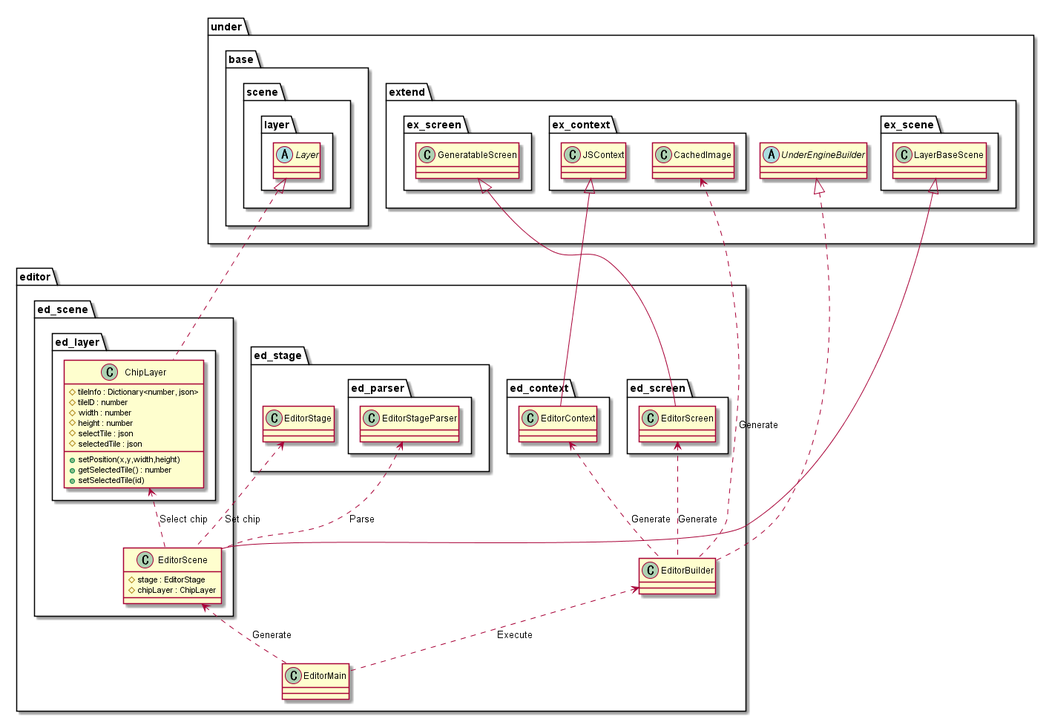
Expine/Under keeps this PlantUML diagram as out/uml/editor/GameBase/EditorGameBase.png. Above is the earlier version.
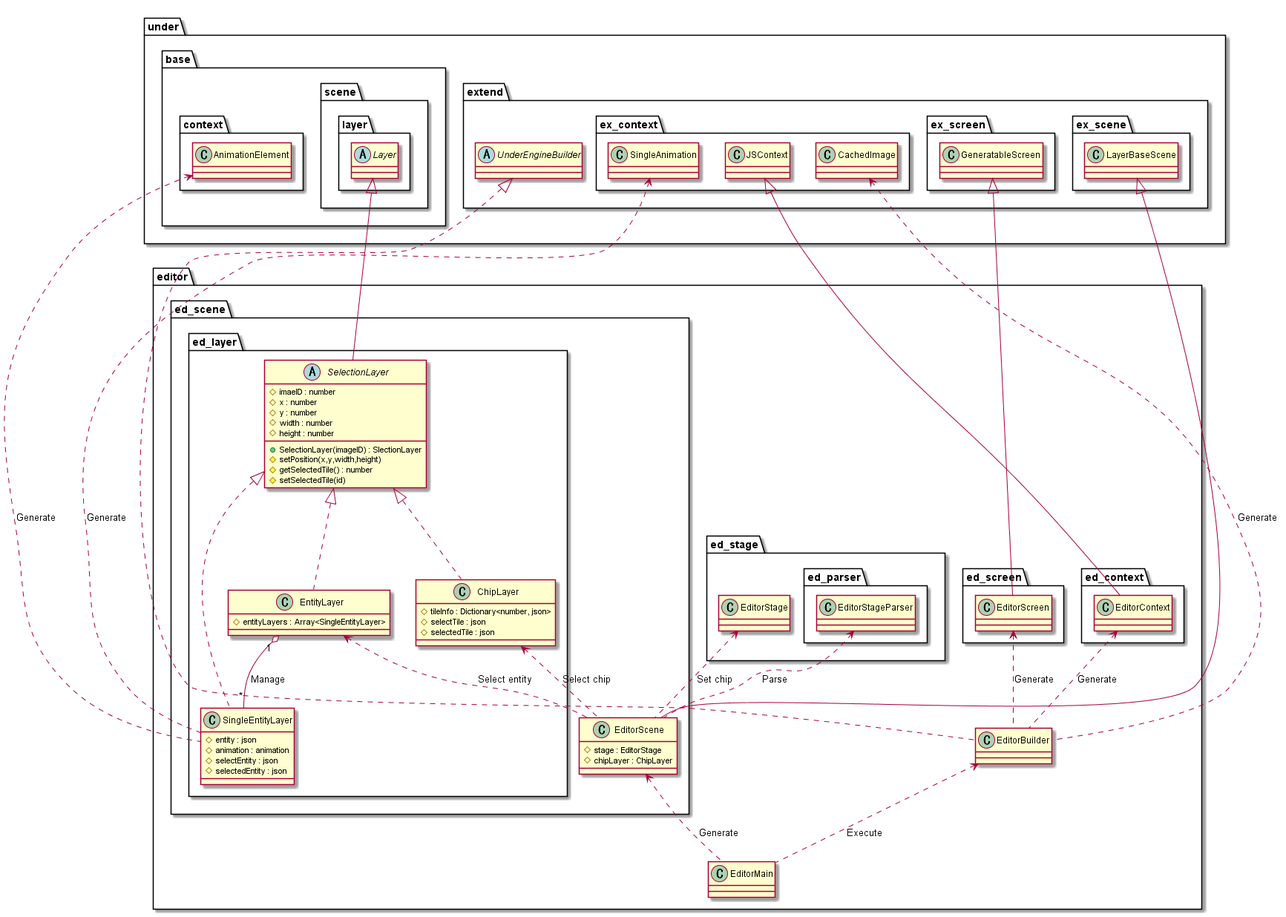
Above is the later version.

What changed in the source:
```diff
@@ -13,16 +13,30 @@
             #chipLayer : ChipLayer
         }
         package ed_layer {
+            abstract SelectionLayer {
+                +SelectionLayer(imageID) : SlectionLayer
+                #imaeID : number
+                #x : number
+                #y : number
+                #width : number
+                #height : number
+                #setPosition(x,y,width,height)
+                #getSelectedTile() : number
+                #setSelectedTile(id)
+            }
             class ChipLayer {
                 #tileInfo : Dictionary<number, json>
-                #tileID : number
-                #width : number
-                #height : number
                 #selectTile : json
                 #selectedTile : json
-                +setPosition(x,y,width,height)
-                +getSelectedTile() : number
-                +setSelectedTile(id)
+            }
+            class EntityLayer {
+                #entityLayers : Array<SingleEntityLayer>
+            }
+            class SingleEntityLayer {
+                #entity : json
+                #animation : animation
+                #selectEntity : json
+                #selectedEntity : json
             }
         }
     }
@@ -34,6 +48,9 @@
 
 package under {
     package base {
+        package context {
+            class AnimationElement
+        }
         package scene {
             package layer {
                 abstract Layer
@@ -43,6 +60,7 @@
     package extend {
         abstract UnderEngineBuilder
         package ex_context {
+            class SingleAnimation
             class JSContext
             class CachedImage
         }
@@ -72,13 +90,22 @@
 
 EditorStageParser <.. EditorScene : "Parse"
 ChipLayer <.. EditorScene : "Select chip"
+EntityLayer <.. EditorScene : "Select entity"
 EditorStage <.. EditorScene : "Set chip"
+
+EntityLayer "1" o-- "*" SingleEntityLayer : "Manage"
+
+SingleAnimation <... SingleEntityLayer : "Generate"
+AnimationElement <... SingleEntityLayer : "Generate"
 
 UnderEngineBuilder <|.. EditorBuilder
 GeneratableScreen <|-- EditorScreen
 JSContext <|-- EditorContext
 
 LayerBaseScene <|-- EditorScene
-Layer <|.. ChipLayer
+Layer <|-- SelectionLayer
+SelectionLayer <|.. ChipLayer
+SelectionLayer <|.. EntityLayer
+SelectionLayer <|.. SingleEntityLayer
 
 @enduml
```
